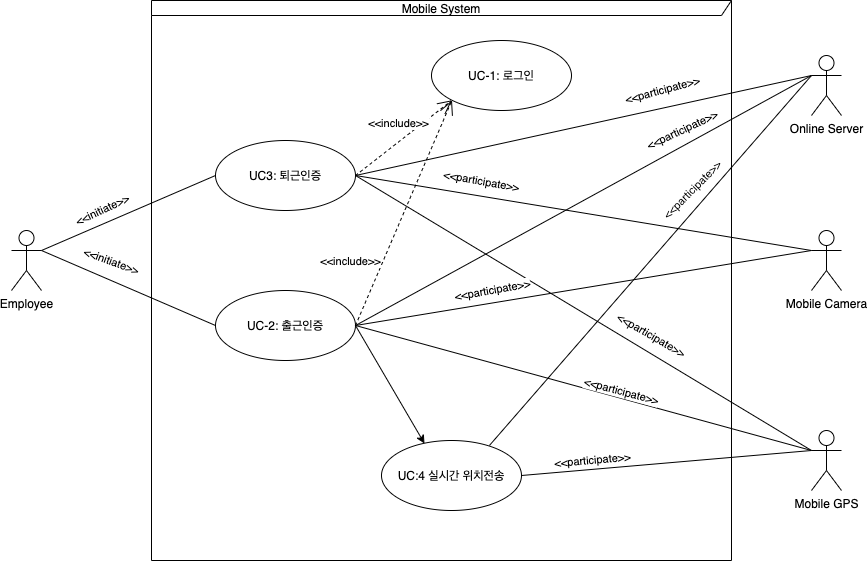
Above: Commuting_certification/UseCaseDiagram.png in hongyaho/Payroll_system (draw.io), before the change. Source tidied: cells renumbered, new cells last; positions are measured from the earlier drawing's top-left corner, leaving out a move shared by most shapes.
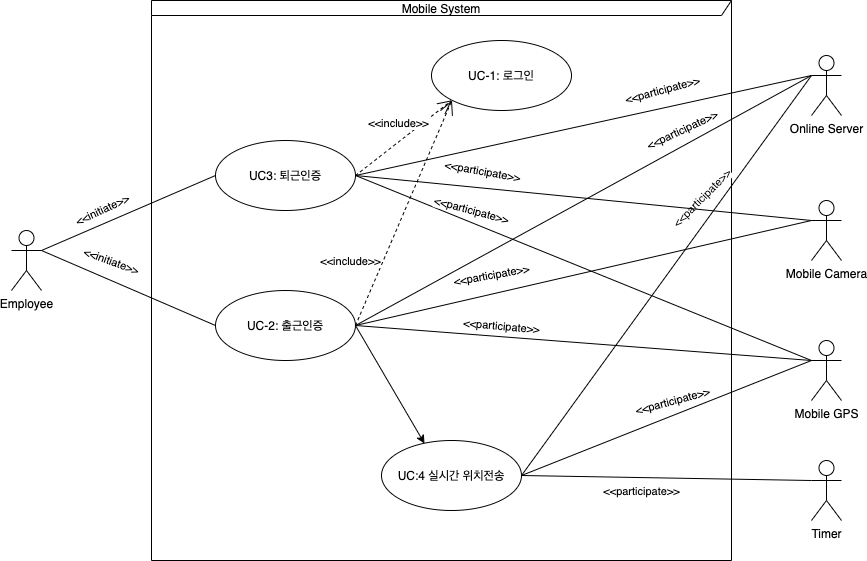
The same diagram one commit later.

What changed in the source:
```diff
@@ -52,7 +52,7 @@
     <mxCell id="15" value="UC-1: 로그인" style="ellipse;whiteSpace=wrap;html=1;" parent="1" vertex="1">
       <mxGeometry x="420" y="40" width="140" height="70" as="geometry" />
     </mxCell>
-    <mxCell id="16" style="edgeStyle=none;rounded=0;jettySize=auto;html=1;exitX=0.771;exitY=0.071;exitDx=0;exitDy=0;entryX=0;entryY=0.3333333333333333;entryDx=0;entryDy=0;entryPerimeter=0;endArrow=none;endFill=0;strokeColor=#000000;align=center;exitPerimeter=0;" parent="1" edge="1" source="20" target="23">
+    <mxCell id="16" style="edgeStyle=none;rounded=0;jettySize=auto;html=1;exitX=1;exitY=0.5;exitDx=0;exitDy=0;entryX=0;entryY=0.3333333333333333;entryDx=0;entryDy=0;entryPerimeter=0;endArrow=none;endFill=0;strokeColor=#000000;align=center;" parent="1" edge="1" source="20" target="23">
       <mxGeometry relative="1" as="geometry" />
     </mxCell>
     <mxCell id="17" value="&amp;lt;&amp;lt;participate&amp;gt;&amp;gt;" style="edgeLabel;html=1;align=center;verticalAlign=middle;rotation=-45;" parent="16" vertex="1">
@@ -63,9 +63,9 @@
     <mxCell id="18" style="edgeStyle=none;rounded=0;jettySize=auto;html=1;exitX=1;exitY=0.5;exitDx=0;exitDy=0;entryX=0;entryY=0.3333333333333333;entryDx=0;entryDy=0;entryPerimeter=0;endArrow=none;endFill=0;strokeColor=#000000;align=center;" parent="1" edge="1" source="20" target="28">
       <mxGeometry relative="1" as="geometry" />
     </mxCell>
-    <mxCell id="19" value="&amp;lt;&amp;lt;participate&amp;gt;&amp;gt;" style="edgeLabel;html=1;align=center;verticalAlign=middle;rotation=-5;" parent="18" vertex="1">
+    <mxCell id="19" value="&amp;lt;&amp;lt;participate&amp;gt;&amp;gt;" style="edgeLabel;html=1;align=center;verticalAlign=middle;rotation=-15;" parent="18" vertex="1">
       <mxGeometry x="-0.31" relative="1" as="geometry">
-        <mxPoint x="-29.6" y="-6.4" as="offset" />
+        <mxPoint x="50" y="-35" as="offset" />
       </mxGeometry>
     </mxCell>
     <mxCell id="20" value="UC:4 실시간 위치전송" style="ellipse;whiteSpace=wrap;html=1;" parent="1" vertex="1">
@@ -83,21 +83,21 @@
     <mxCell id="24" style="edgeStyle=none;rounded=0;jettySize=auto;html=1;exitX=0;exitY=0.3333333333333333;exitDx=0;exitDy=0;exitPerimeter=0;entryX=1;entryY=0.5;entryDx=0;entryDy=0;endArrow=none;endFill=0;strokeColor=#000000;align=center;" parent="1" edge="1" source="28" target="11">
       <mxGeometry relative="1" as="geometry" />
     </mxCell>
-    <mxCell id="25" value="&amp;lt;&amp;lt;participate&amp;gt;&amp;gt;" style="edgeLabel;html=1;align=center;verticalAlign=middle;rotation=15;" parent="24" vertex="1">
+    <mxCell id="25" value="&amp;lt;&amp;lt;participate&amp;gt;&amp;gt;" style="edgeLabel;html=1;align=center;verticalAlign=middle;rotation=5;" parent="24" vertex="1">
       <mxGeometry x="-0.09" y="-1" relative="1" as="geometry">
-        <mxPoint x="18.1" y="-1.9" as="offset" />
+        <mxPoint x="-102" y="-18" as="offset" />
       </mxGeometry>
     </mxCell>
     <mxCell id="26" style="edgeStyle=none;rounded=0;jettySize=auto;html=1;exitX=0;exitY=0.3333333333333333;exitDx=0;exitDy=0;exitPerimeter=0;endArrow=none;endFill=0;strokeColor=#000000;align=center;entryX=1;entryY=0.5;entryDx=0;entryDy=0;" parent="1" edge="1" source="28" target="14">
       <mxGeometry relative="1" as="geometry" />
     </mxCell>
-    <mxCell id="27" value="&amp;lt;&amp;lt;participate&amp;gt;&amp;gt;" style="edgeLabel;html=1;align=center;verticalAlign=middle;rotation=30;" parent="26" vertex="1">
+    <mxCell id="27" value="&amp;lt;&amp;lt;participate&amp;gt;&amp;gt;" style="edgeLabel;html=1;align=center;verticalAlign=middle;rotation=15;" parent="26" vertex="1">
       <mxGeometry x="-0.22" y="3" relative="1" as="geometry">
-        <mxPoint x="19.7" y="-11.2" as="offset" />
+        <mxPoint x="-161" y="-81" as="offset" />
       </mxGeometry>
     </mxCell>
     <mxCell id="28" value="Mobile GPS" style="shape=umlActor;verticalLabelPosition=bottom;verticalAlign=top;html=1;" parent="1" vertex="1">
-      <mxGeometry x="800" y="430" width="30" height="60" as="geometry" />
+      <mxGeometry x="800" y="340" width="30" height="60" as="geometry" />
     </mxCell>
     <mxCell id="29" style="edgeStyle=none;rounded=0;jettySize=auto;html=1;exitX=0;exitY=0.3333333333333333;exitDx=0;exitDy=0;exitPerimeter=0;entryX=1;entryY=0.5;entryDx=0;entryDy=0;endArrow=none;endFill=0;strokeColor=#000000;align=center;" parent="1" edge="1" source="33" target="11">
       <mxGeometry relative="1" as="geometry" />
@@ -116,7 +116,18 @@
       </mxGeometry>
     </mxCell>
     <mxCell id="33" value="Mobile Camera&lt;br&gt;" style="shape=umlActor;verticalLabelPosition=bottom;verticalAlign=top;html=1;" parent="1" vertex="1">
-      <mxGeometry x="800" y="230" width="30" height="60" as="geometry" />
+      <mxGeometry x="800" y="200" width="30" height="60" as="geometry" />
     </mxCell>
+    <mxCell id="34" style="rounded=0;jettySize=auto;html=1;exitX=0;exitY=0.3333333333333333;exitDx=0;exitDy=0;exitPerimeter=0;entryX=1;entryY=0.5;entryDx=0;entryDy=0;endArrow=none;endFill=0;" parent="1" edge="1" source="36" target="20">
+      <mxGeometry relative="1" as="geometry" />
+    </mxCell>
+    <mxCell id="35" value="&amp;lt;&amp;lt;participate&amp;gt;&amp;gt;" style="edgeLabel;html=1;align=center;verticalAlign=middle;" parent="34" vertex="1">
+      <mxGeometry x="0.1" y="3" relative="1" as="geometry">
+        <mxPoint x="-10" y="10" as="offset" />
+      </mxGeometry>
+    </mxCell>
+    <mxCell id="36" value="Timer" style="shape=umlActor;verticalLabelPosition=bottom;verticalAlign=top;html=1;outlineConnect=0;" parent="1" vertex="1">
+      <mxGeometry x="800" y="460" width="30" height="60" as="geometry" />
+    </mxCell>
   </root>
 </mxGraphModel>
```
